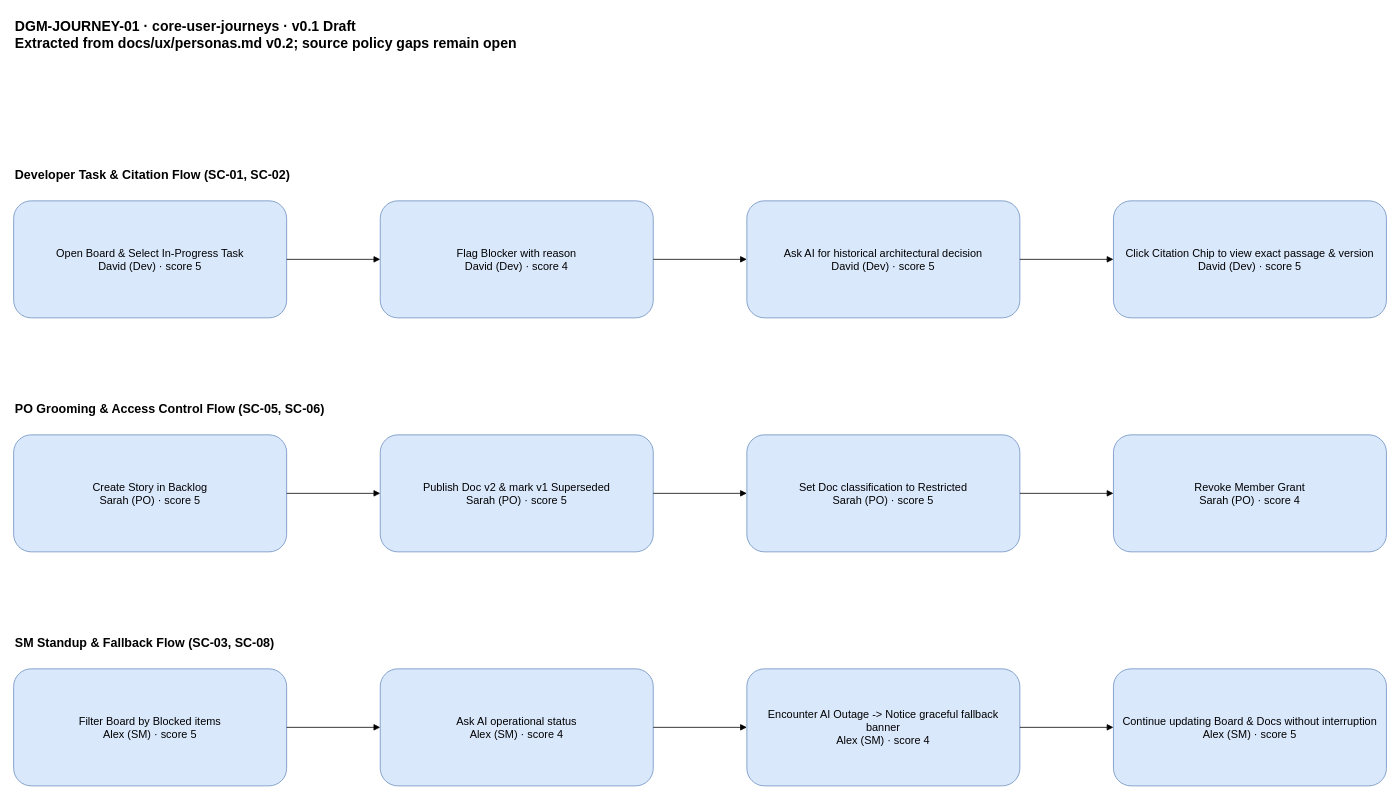
Earlier version of the draw.io diagram docs/sdlc/diagrams/user-journey/core-user-journeys.drawio (900M100CK/scrum-workspace-KMS-ai). Source tidied: cells renumbered, new cells numbered last; positions are measured from the earlier drawing's top-left corner, leaving out a move shared by most shapes. Both pictures are drawn from the tidied source at 78%, with x=0, y=0 at pixel (13, 13).
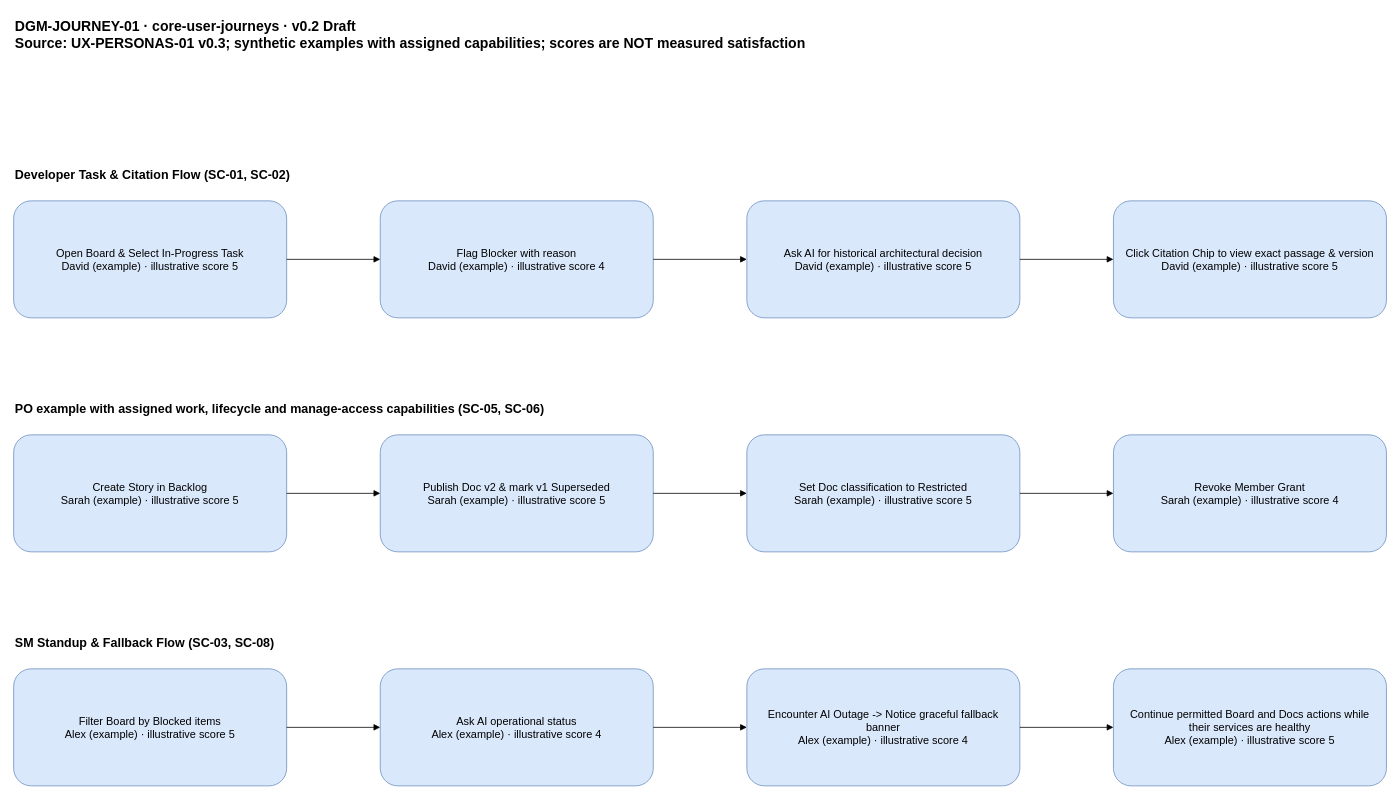
The same diagram, later.

Diff of the diagram source:
```diff
@@
-    <mxCell id="2" value="DGM-JOURNEY-01 · core-user-journeys · v0.1 Draft&#10;Extracted from docs/ux/personas.md v0.2; source policy gaps remain open" style="text;html=1;whiteSpace=wrap;fontSize=18;fontStyle=1;align=left;" parent="1" vertex="1">
+    <mxCell id="2" value="DGM-JOURNEY-01 · core-user-journeys · v0.2 Draft&#10;Source: UX-PERSONAS-01 v0.3; synthetic examples with assigned capabilities; scores are NOT measured satisfaction" style="text;html=1;whiteSpace=wrap;fontSize=18;fontStyle=1;align=left;" parent="1" vertex="1">
       <mxGeometry width="1760" height="100" as="geometry" />
     </mxCell>
@@
-    <mxCell id="4" value="PO Grooming &amp; Access Control Flow (SC-05, SC-06)" style="text;html=1;fontSize=16;fontStyle=1;align=left;" parent="1" vertex="1">
+    <mxCell id="4" value="PO example with assigned work, lifecycle and manage-access capabilities (SC-05, SC-06)" style="text;html=1;fontSize=16;fontStyle=1;align=left;" parent="1" vertex="1">
       <mxGeometry y="490" width="1700" height="40" as="geometry" />
     </mxCell>
@@
-    <mxCell id="6" value="Open Board &amp; Select In-Progress Task&#10;David (Dev) · score 5" style="rounded=1;fillColor=#dae8fc;strokeColor=#6c8ebf;whiteSpace=wrap;html=1;fontSize=14;spacing=12;" parent="1" vertex="1">
+    <mxCell id="6" value="Open Board &amp; Select In-Progress Task&#10;David (example) · illustrative score 5" style="rounded=1;fillColor=#dae8fc;strokeColor=#6c8ebf;whiteSpace=wrap;html=1;fontSize=14;spacing=12;" parent="1" vertex="1">
       <mxGeometry y="240" width="350" height="150" as="geometry" />
     </mxCell>
-    <mxCell id="7" value="Flag Blocker with reason&#10;David (Dev) · score 4" style="rounded=1;fillColor=#dae8fc;strokeColor=#6c8ebf;whiteSpace=wrap;html=1;fontSize=14;spacing=12;" parent="1" vertex="1">
+    <mxCell id="7" value="Flag Blocker with reason&#10;David (example) · illustrative score 4" style="rounded=1;fillColor=#dae8fc;strokeColor=#6c8ebf;whiteSpace=wrap;html=1;fontSize=14;spacing=12;" parent="1" vertex="1">
       <mxGeometry x="470" y="240" width="350" height="150" as="geometry" />
     </mxCell>
-    <mxCell id="8" value="Ask AI for historical architectural decision&#10;David (Dev) · score 5" style="rounded=1;fillColor=#dae8fc;strokeColor=#6c8ebf;whiteSpace=wrap;html=1;fontSize=14;spacing=12;" parent="1" vertex="1">
+    <mxCell id="8" value="Ask AI for historical architectural decision&#10;David (example) · illustrative score 5" style="rounded=1;fillColor=#dae8fc;strokeColor=#6c8ebf;whiteSpace=wrap;html=1;fontSize=14;spacing=12;" parent="1" vertex="1">
       <mxGeometry x="940" y="240" width="350" height="150" as="geometry" />
     </mxCell>
-    <mxCell id="9" value="Click Citation Chip to view exact passage &amp; version&#10;David (Dev) · score 5" style="rounded=1;fillColor=#dae8fc;strokeColor=#6c8ebf;whiteSpace=wrap;html=1;fontSize=14;spacing=12;" parent="1" vertex="1">
+    <mxCell id="9" value="Click Citation Chip to view exact passage &amp; version&#10;David (example) · illustrative score 5" style="rounded=1;fillColor=#dae8fc;strokeColor=#6c8ebf;whiteSpace=wrap;html=1;fontSize=14;spacing=12;" parent="1" vertex="1">
       <mxGeometry x="1410" y="240" width="350" height="150" as="geometry" />
     </mxCell>
-    <mxCell id="10" value="Create Story in Backlog&#10;Sarah (PO) · score 5" style="rounded=1;fillColor=#dae8fc;strokeColor=#6c8ebf;whiteSpace=wrap;html=1;fontSize=14;spacing=12;" parent="1" vertex="1">
+    <mxCell id="10" value="Create Story in Backlog&#10;Sarah (example) · illustrative score 5" style="rounded=1;fillColor=#dae8fc;strokeColor=#6c8ebf;whiteSpace=wrap;html=1;fontSize=14;spacing=12;" parent="1" vertex="1">
       <mxGeometry y="540" width="350" height="150" as="geometry" />
     </mxCell>
-    <mxCell id="11" value="Publish Doc v2 &amp; mark v1 Superseded&#10;Sarah (PO) · score 5" style="rounded=1;fillColor=#dae8fc;strokeColor=#6c8ebf;whiteSpace=wrap;html=1;fontSize=14;spacing=12;" parent="1" vertex="1">
+    <mxCell id="11" value="Publish Doc v2 &amp; mark v1 Superseded&#10;Sarah (example) · illustrative score 5" style="rounded=1;fillColor=#dae8fc;strokeColor=#6c8ebf;whiteSpace=wrap;html=1;fontSize=14;spacing=12;" parent="1" vertex="1">
       <mxGeometry x="470" y="540" width="350" height="150" as="geometry" />
     </mxCell>
-    <mxCell id="12" value="Set Doc classification to Restricted&#10;Sarah (PO) · score 5" style="rounded=1;fillColor=#dae8fc;strokeColor=#6c8ebf;whiteSpace=wrap;html=1;fontSize=14;spacing=12;" parent="1" vertex="1">
+    <mxCell id="12" value="Set Doc classification to Restricted&#10;Sarah (example) · illustrative score 5" style="rounded=1;fillColor=#dae8fc;strokeColor=#6c8ebf;whiteSpace=wrap;html=1;fontSize=14;spacing=12;" parent="1" vertex="1">
       <mxGeometry x="940" y="540" width="350" height="150" as="geometry" />
     </mxCell>
-    <mxCell id="13" value="Revoke Member Grant&#10;Sarah (PO) · score 4" style="rounded=1;fillColor=#dae8fc;strokeColor=#6c8ebf;whiteSpace=wrap;html=1;fontSize=14;spacing=12;" parent="1" vertex="1">
+    <mxCell id="13" value="Revoke Member Grant&#10;Sarah (example) · illustrative score 4" style="rounded=1;fillColor=#dae8fc;strokeColor=#6c8ebf;whiteSpace=wrap;html=1;fontSize=14;spacing=12;" parent="1" vertex="1">
       <mxGeometry x="1410" y="540" width="350" height="150" as="geometry" />
     </mxCell>
-    <mxCell id="14" value="Filter Board by Blocked items&#10;Alex (SM) · score 5" style="rounded=1;fillColor=#dae8fc;strokeColor=#6c8ebf;whiteSpace=wrap;html=1;fontSize=14;spacing=12;" parent="1" vertex="1">
+    <mxCell id="14" value="Filter Board by Blocked items&#10;Alex (example) · illustrative score 5" style="rounded=1;fillColor=#dae8fc;strokeColor=#6c8ebf;whiteSpace=wrap;html=1;fontSize=14;spacing=12;" parent="1" vertex="1">
       <mxGeometry y="840" width="350" height="150" as="geometry" />
     </mxCell>
-    <mxCell id="15" value="Ask AI operational status&#10;Alex (SM) · score 4" style="rounded=1;fillColor=#dae8fc;strokeColor=#6c8ebf;whiteSpace=wrap;html=1;fontSize=14;spacing=12;" parent="1" vertex="1">
+    <mxCell id="15" value="Ask AI operational status&#10;Alex (example) · illustrative score 4" style="rounded=1;fillColor=#dae8fc;strokeColor=#6c8ebf;whiteSpace=wrap;html=1;fontSize=14;spacing=12;" parent="1" vertex="1">
       <mxGeometry x="470" y="840" width="350" height="150" as="geometry" />
     </mxCell>
-    <mxCell id="16" value="Encounter AI Outage -&gt; Notice graceful fallback banner&#10;Alex (SM) · score 4" style="rounded=1;fillColor=#dae8fc;strokeColor=#6c8ebf;whiteSpace=wrap;html=1;fontSize=14;spacing=12;" parent="1" vertex="1">
+    <mxCell id="16" value="Encounter AI Outage -&gt; Notice graceful fallback banner&#10;Alex (example) · illustrative score 4" style="rounded=1;fillColor=#dae8fc;strokeColor=#6c8ebf;whiteSpace=wrap;html=1;fontSize=14;spacing=12;" parent="1" vertex="1">
       <mxGeometry x="940" y="840" width="350" height="150" as="geometry" />
     </mxCell>
-    <mxCell id="17" value="Continue updating Board &amp; Docs without interruption&#10;Alex (SM) · score 5" style="rounded=1;fillColor=#dae8fc;strokeColor=#6c8ebf;whiteSpace=wrap;html=1;fontSize=14;spacing=12;" parent="1" vertex="1">
+    <mxCell id="17" value="Continue permitted Board and Docs actions while their services are healthy&#10;Alex (example) · illustrative score 5" style="rounded=1;fillColor=#dae8fc;strokeColor=#6c8ebf;whiteSpace=wrap;html=1;fontSize=14;spacing=12;" parent="1" vertex="1">
       <mxGeometry x="1410" y="840" width="350" height="150" as="geometry" />
     </mxCell>
```
